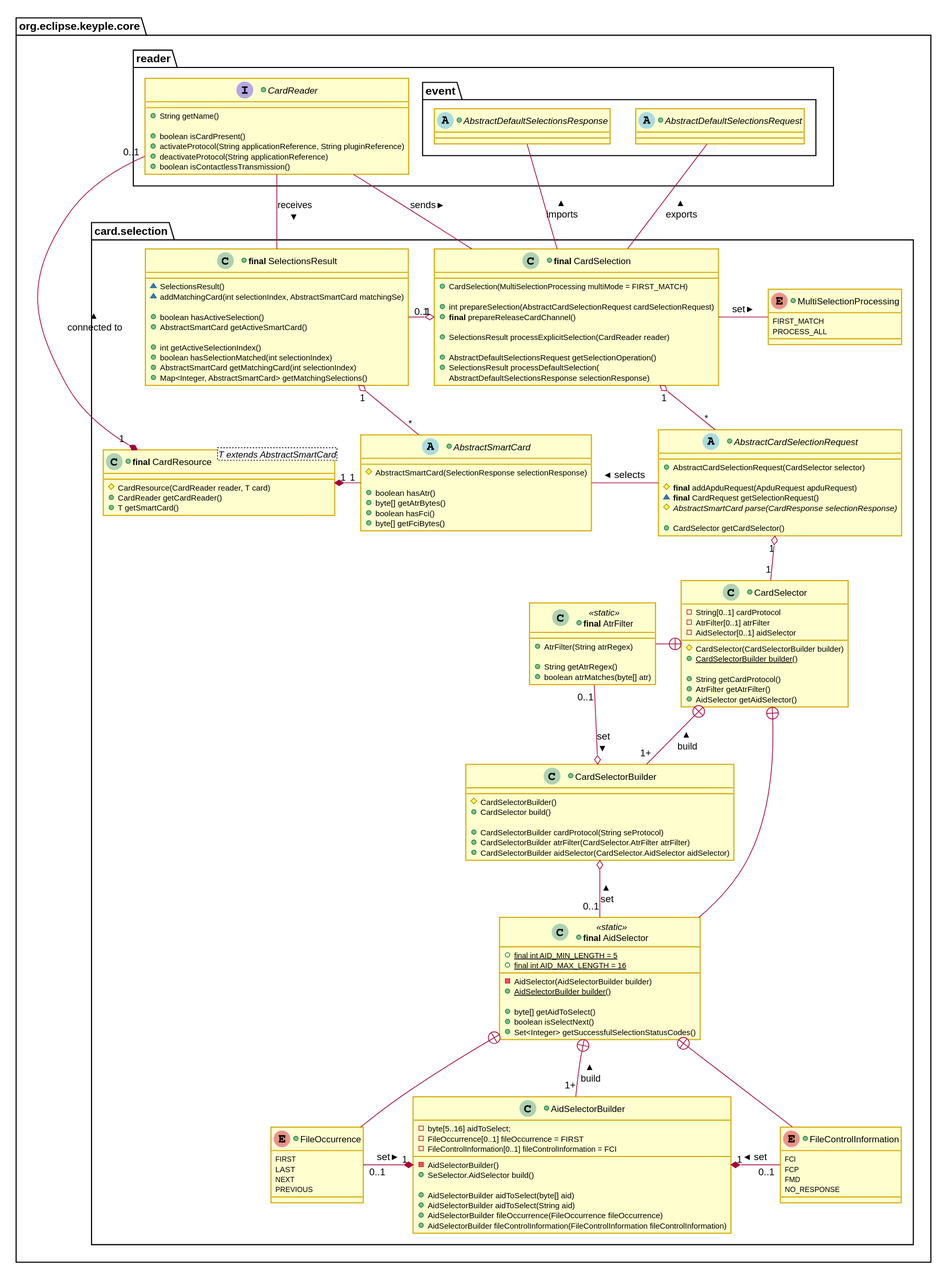
Before: docs/KeypleCoreApi/img/KeypleCore_CardSelection_ClassDiag_SelectorAndSelection_1_0_0.svg, a diagram exported from PlantUML (calypsonet/keyple).
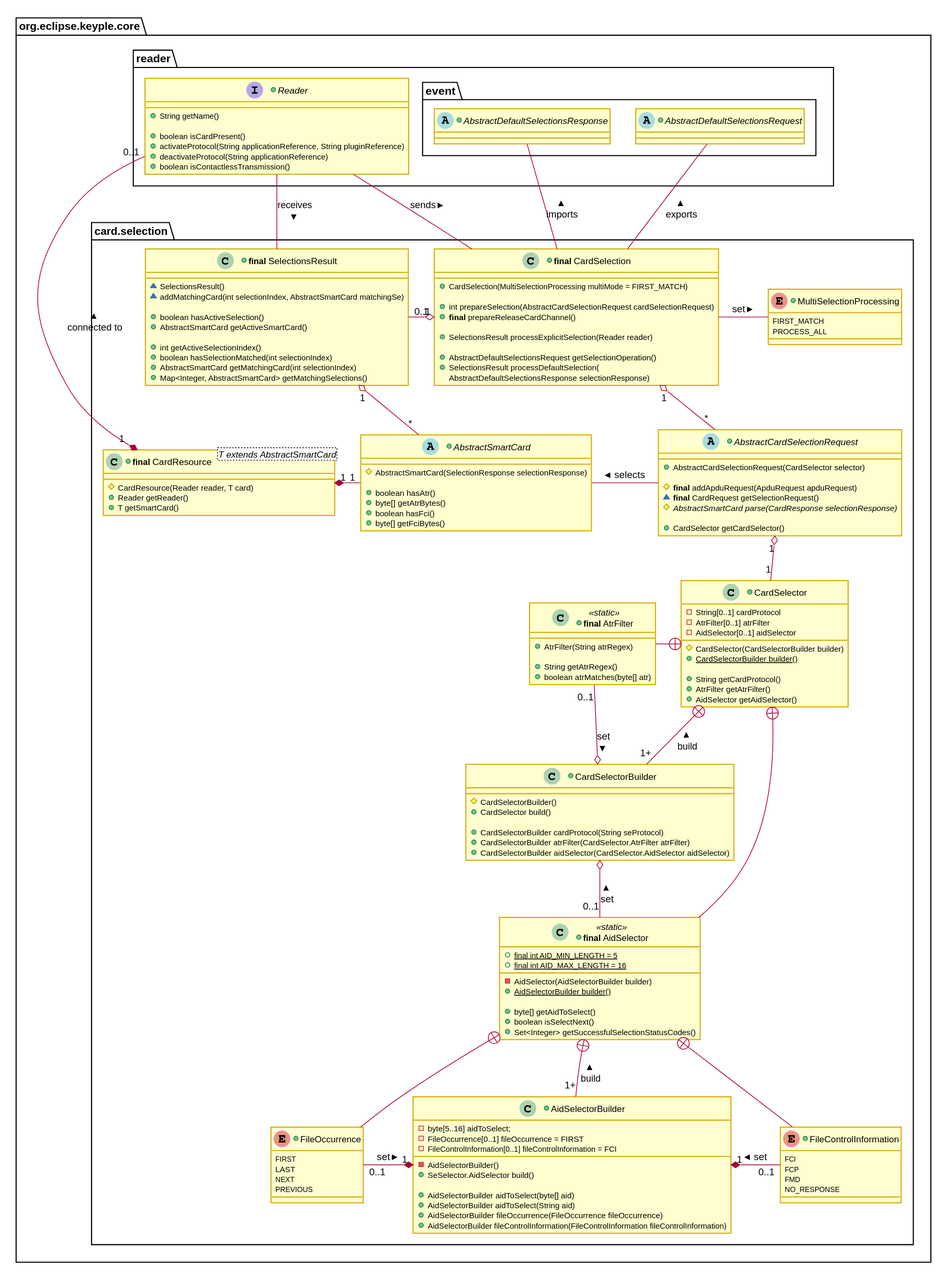
After the commit.

Diff of the diagram source:
```diff
@@ -32,7 +32,7 @@
 
 package org.eclipse.keyple.core #FFFFFF {
   package "reader" as reader_even #FFFFFF {
-+interface CardReader {
++interface Reader {
   +String getName()
 
   +boolean isCardPresent()
@@ -57,7 +57,7 @@
   +int prepareSelection(AbstractCardSelectionRequest cardSelectionRequest)
   +<b>final</b> prepareReleaseCardChannel()
 
-  +SelectionsResult processExplicitSelection(CardReader reader)
+  +SelectionsResult processExplicitSelection(Reader reader)
 
   +AbstractDefaultSelectionsRequest getSelectionOperation()
   +SelectionsResult processDefaultSelection(
@@ -98,8 +98,8 @@
   +Map<Integer, AbstractSmartCard> getMatchingSelections()
 }
 +class "<b>final</b> CardResource<T extends AbstractSmartCard>" as CardResource_T {
-  #CardResource(CardReader reader, T card)
-  +CardReader getCardReader()
+  #CardResource(Reader reader, T card)
+  +Reader getReader()
   +T getSmartCard()
 }
 
@@ -194,11 +194,11 @@
     AbstractCardSelectionRequest "1" o-down- "1" CardSelector
   }
 
-  CardSelection -up- CardReader : sends <
+  CardSelection -up- Reader : sends <
   CardSelection -up- AbstractDefaultSelectionsRequest : exports >
   CardSelection -up- AbstractDefaultSelectionsResponse : imports >
 
-  SelectionsResult -up- CardReader : receives <
-  CardReader "0..1" --* "1" CardResource_T : connected to <
+  SelectionsResult -up- Reader : receives <
+  Reader "0..1" --* "1" CardResource_T : connected to <
 }
 @enduml
```
